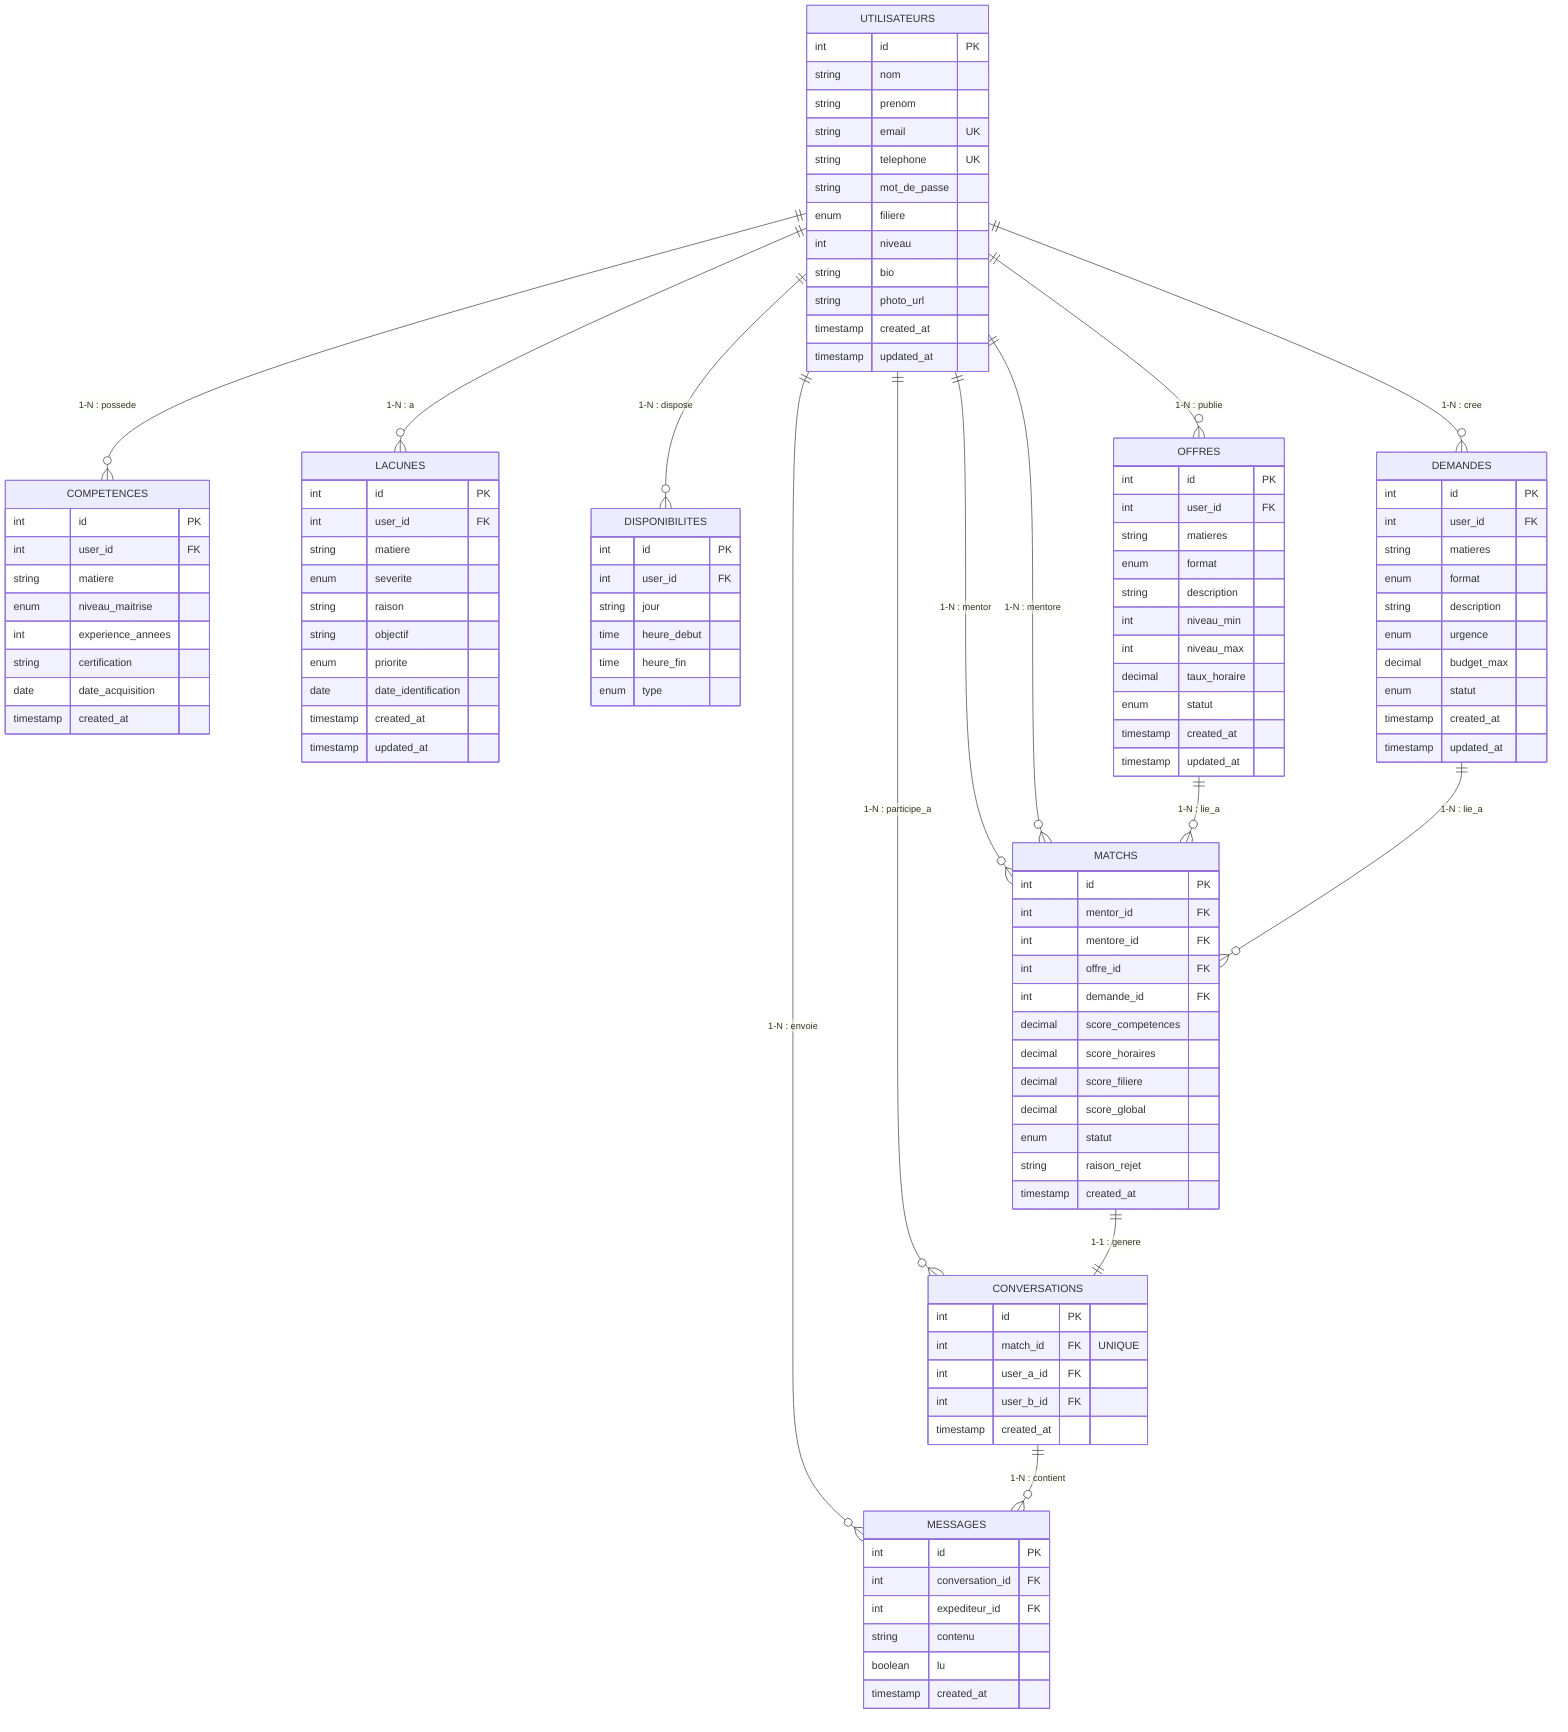
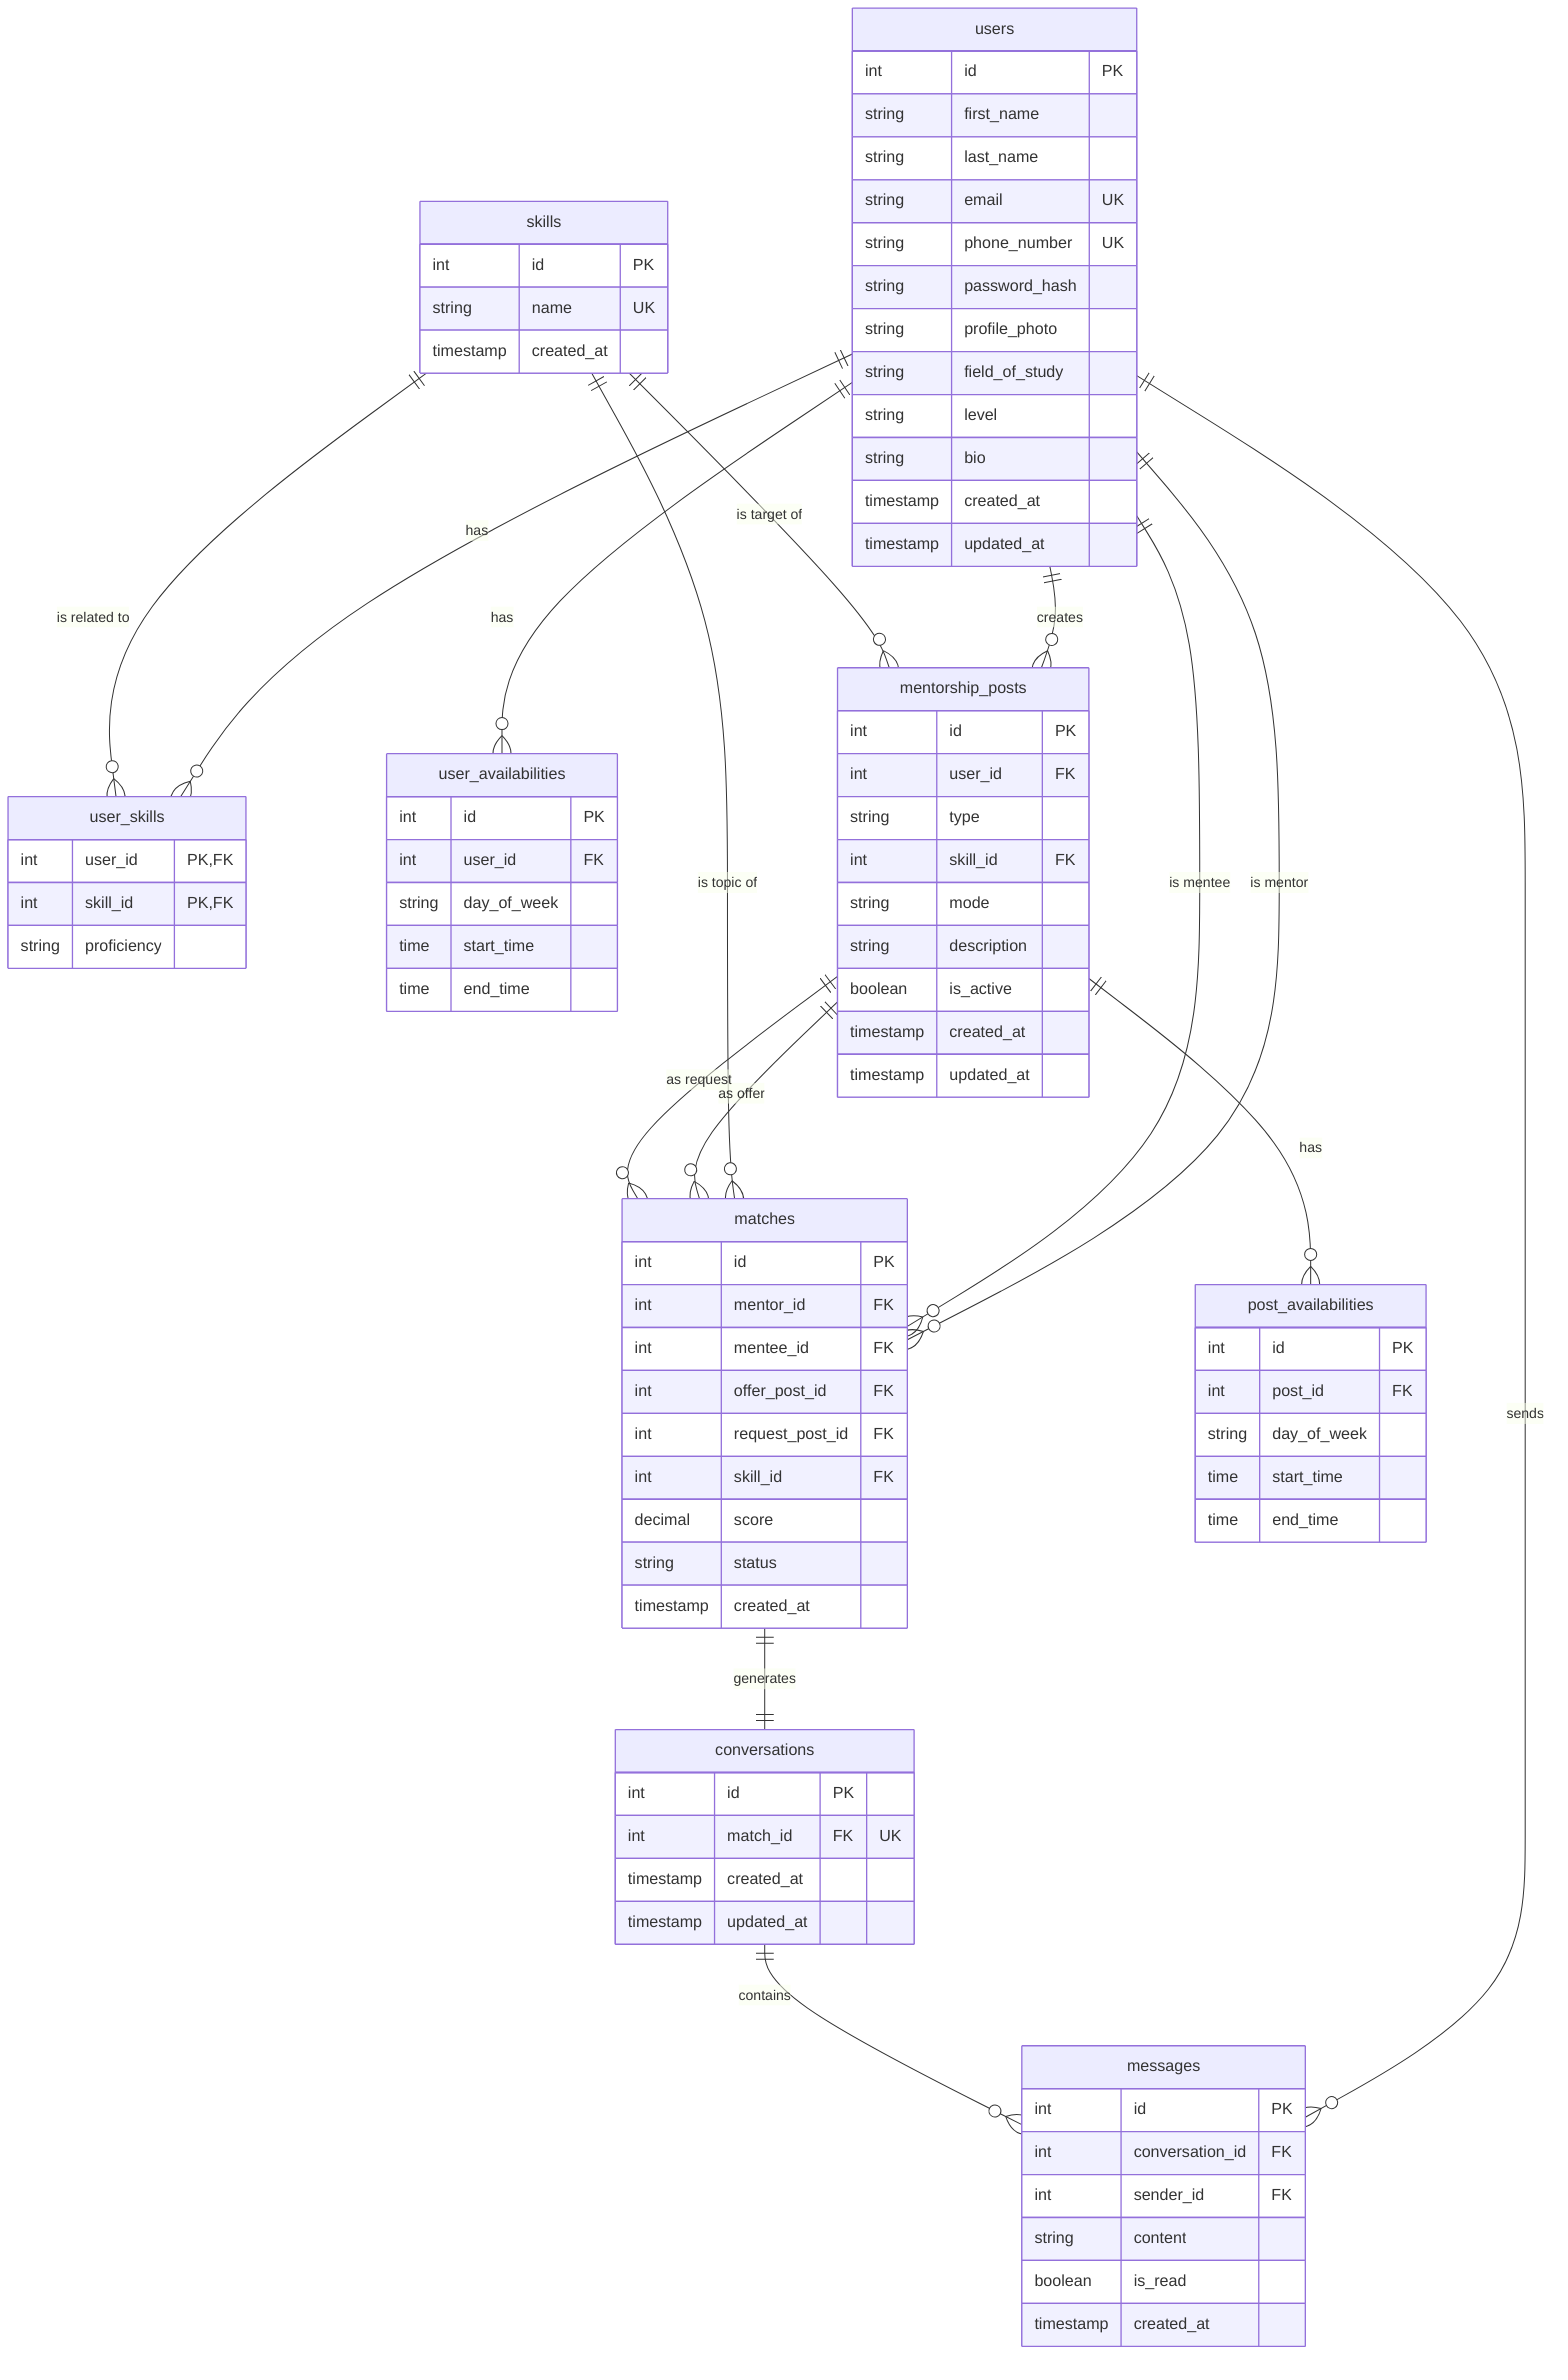
erDiagram
-     UTILISATEURS ||--o{ COMPETENCES : "1-N : possede"
-     UTILISATEURS ||--o{ LACUNES : "1-N : a"
-     UTILISATEURS ||--o{ DISPONIBILITES : "1-N : dispose"
-     UTILISATEURS ||--o{ OFFRES : "1-N : publie"
-     UTILISATEURS ||--o{ DEMANDES : "1-N : cree"
-     UTILISATEURS ||--o{ MATCHS : "1-N : mentor"
-     UTILISATEURS ||--o{ MATCHS : "1-N : mentore"
-     UTILISATEURS ||--o{ MESSAGES : "1-N : envoie"
-     UTILISATEURS ||--o{ CONVERSATIONS : "1-N : participe_a"
+     users ||--o{ user_skills : "has"
+     users ||--o{ user_availabilities : "has"
+     users ||--o{ mentorship_posts : "creates"
+     users ||--o{ matches : "is mentor"
+     users ||--o{ matches : "is mentee"
+     users ||--o{ messages : "sends"

-     OFFRES ||--o{ MATCHS : "1-N : lie_a"
-     DEMANDES ||--o{ MATCHS : "1-N : lie_a"
+     skills ||--o{ user_skills : "is related to"
+     skills ||--o{ mentorship_posts : "is target of"
+     skills ||--o{ matches : "is topic of"

-     MATCHS ||--|| CONVERSATIONS : "1-1 : genere"
-     CONVERSATIONS ||--o{ MESSAGES : "1-N : contient"
+     mentorship_posts ||--o{ post_availabilities : "has"
+     mentorship_posts ||--o{ matches : "as offer"
+     mentorship_posts ||--o{ matches : "as request"

-     %% Attributs des entités
-     UTILISATEURS {
+     matches ||--|| conversations : "generates"
+     conversations ||--o{ messages : "contains"
+ 
+     users {
        int id PK
-         string nom
-         string prenom
+         string first_name
+         string last_name
        string email UK
-         string telephone UK
-         string mot_de_passe
-         enum filiere
-         int niveau
+         string phone_number UK
+         string password_hash
+         string profile_photo
+         string field_of_study
+         string level
        string bio
-         string photo_url
        timestamp created_at
        timestamp updated_at
    }

-     COMPETENCES {
+     skills {
        int id PK
-         int user_id FK
-         string matiere
-         enum niveau_maitrise
-         int experience_annees
-         string certification
-         date date_acquisition
+         string name UK
        timestamp created_at
    }

-     LACUNES {
+     user_skills {
+         int user_id PK, FK
+         int skill_id PK, FK
+         string proficiency
+     }
+ 
+     user_availabilities {
        int id PK
        int user_id FK
-         string matiere
-         enum severite
-         string raison
-         string objectif
-         enum priorite
-         date date_identification
+         string day_of_week
+         time start_time
+         time end_time
+     }
+ 
+     mentorship_posts {
+         int id PK
+         int user_id FK
+         string type
+         int skill_id FK
+         string mode
+         string description
+         boolean is_active
        timestamp created_at
        timestamp updated_at
    }

-     DISPONIBILITES {
+     post_availabilities {
        int id PK
-         int user_id FK
-         string jour
-         time heure_debut
-         time heure_fin
-         enum type
+         int post_id FK
+         string day_of_week
+         time start_time
+         time end_time
    }

-     OFFRES {
+     matches {
        int id PK
-         int user_id FK
-         string matieres
-         enum format
-         string description
-         int niveau_min
-         int niveau_max
-         decimal taux_horaire
-         enum statut
+         int mentor_id FK
+         int mentee_id FK
+         int offer_post_id FK
+         int request_post_id FK
+         int skill_id FK
+         decimal score
+         string status
+         timestamp created_at
+     }
+ 
+     conversations {
+         int id PK
+         int match_id FK "UK"
        timestamp created_at
        timestamp updated_at
    }

-     DEMANDES {
+     messages {
        int id PK
-         int user_id FK
-         string matieres
-         enum format
-         string description
-         enum urgence
-         decimal budget_max
-         enum statut
-         timestamp created_at
-         timestamp updated_at
-     }
- 
-     MATCHS {
-         int id PK
-         int mentor_id FK
-         int mentore_id FK
-         int offre_id FK
-         int demande_id FK
-         decimal score_competences
-         decimal score_horaires
-         decimal score_filiere
-         decimal score_global
-         enum statut
-         string raison_rejet
+         int conversation_id FK
+         int sender_id FK
+         string content
+         boolean is_read
        timestamp created_at
    }
- 
-     CONVERSATIONS {
-         int id PK
-         int match_id FK "UNIQUE"
-         int user_a_id FK
-         int user_b_id FK
-         timestamp created_at
-     }
- 
-     MESSAGES {
-         int id PK
-         int conversation_id FK
-         int expediteur_id FK
-         string contenu
-         boolean lu
-         timestamp created_at
-     }
